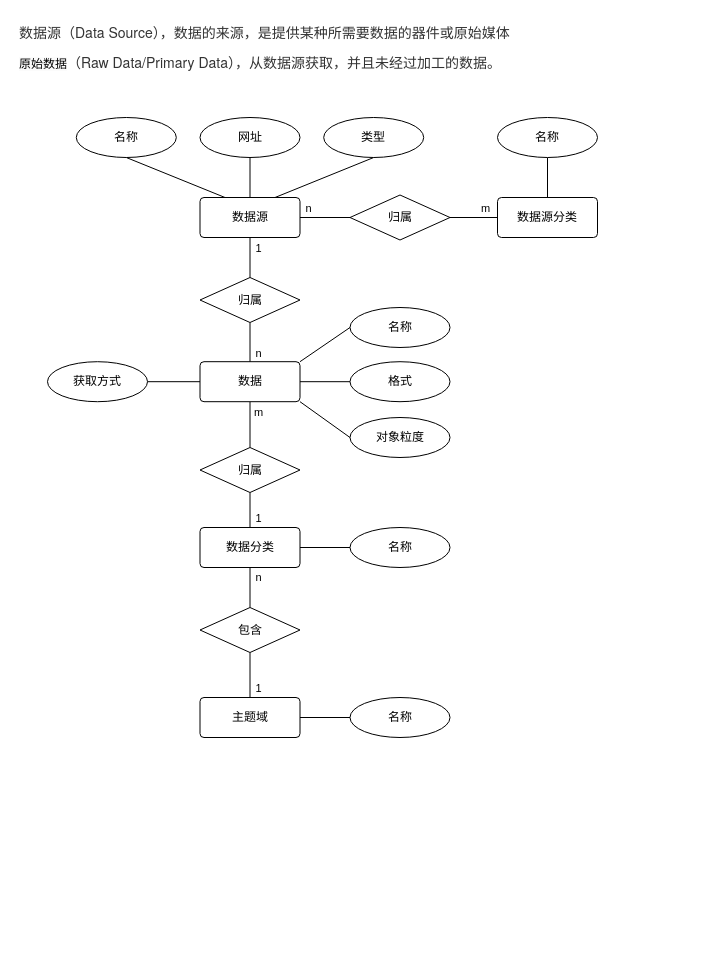
Above: 数据源模型.drawio in wangzijia122/drawio_repository (draw.io), before the change. Source tidied: cells renumbered, new cells numbered last; positions are measured from the earlier drawing's top-left corner, leaving out a move shared by most shapes. Both pictures are drawn from the tidied source at 100%, with x=0, y=0 at pixel (17, 17).
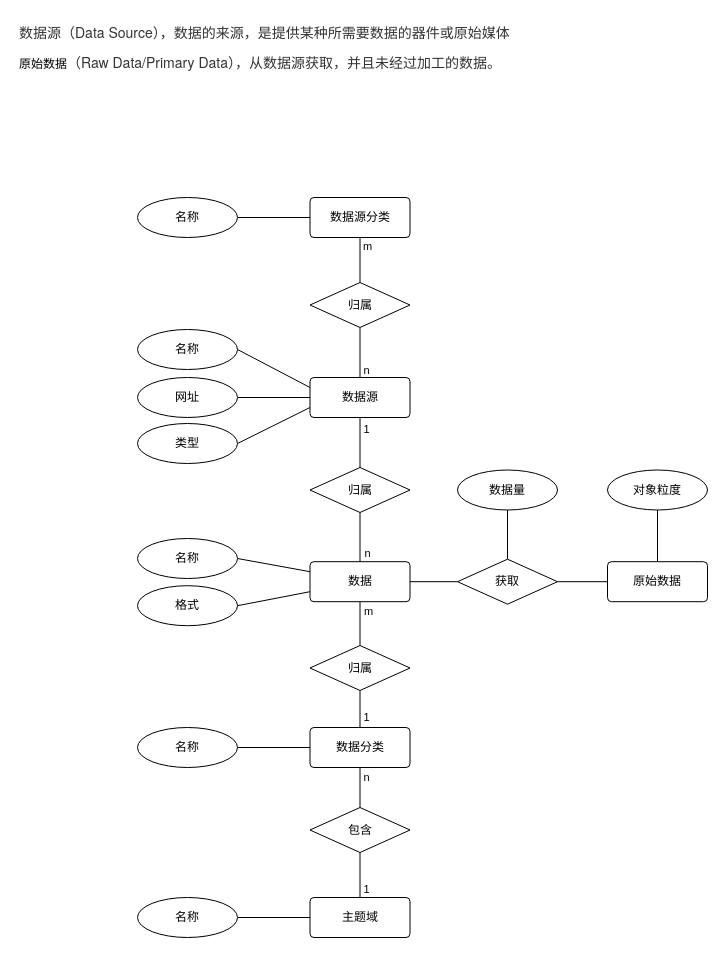
The same diagram, later.

Commit message (it also covers changes not shown here):
更新数据源模型.drawio

Unchanged cells that the change refers to:
```xml
<mxCell id="9" style="rounded=0;jettySize=auto;html=1;exitX=0.5;exitY=1;exitDx=0;exitDy=0;entryX=0.5;entryY=0;entryDx=0;entryDy=0;endArrow=none;endFill=0;" parent="1" edge="1" source="11" target="33">
  <mxGeometry relative="1" as="geometry" />
</mxCell>
<mxCell id="17" style="rounded=0;jettySize=auto;html=1;exitX=0.5;exitY=1;exitDx=0;exitDy=0;endArrow=none;endFill=0;" parent="1" edge="1" source="19" target="11">
  <mxGeometry relative="1" as="geometry" />
</mxCell>
<mxCell id="23" style="edgeStyle=orthogonalEdgeStyle;rounded=0;jettySize=auto;html=1;exitX=0.5;exitY=1;exitDx=0;exitDy=0;entryX=0.5;entryY=0;entryDx=0;entryDy=0;endArrow=none;endFill=0;" parent="1" edge="1" source="27" target="19">
  <mxGeometry relative="1" as="geometry" />
</mxCell>
<mxCell id="31" style="rounded=0;jettySize=auto;html=1;exitX=0.5;exitY=1;exitDx=0;exitDy=0;entryX=0.5;entryY=0;entryDx=0;entryDy=0;endArrow=none;endFill=0;" parent="1" edge="1" source="33" target="37">
  <mxGeometry relative="1" as="geometry" />
</mxCell>
<mxCell id="34" style="rounded=0;jettySize=auto;html=1;exitX=0.5;exitY=1;exitDx=0;exitDy=0;entryX=0.5;entryY=0;entryDx=0;entryDy=0;endArrow=none;endFill=0;" parent="1" edge="1" source="37" target="41">
  <mxGeometry relative="1" as="geometry" />
</mxCell>
<mxCell id="39" style="rounded=0;jettySize=auto;html=1;exitX=0.5;exitY=1;exitDx=0;exitDy=0;entryX=0.5;entryY=0;entryDx=0;entryDy=0;endArrow=none;endFill=0;" parent="1" edge="1" source="41" target="43">
  <mxGeometry relative="1" as="geometry" />
</mxCell>
```

What changed in the source:
```diff
@@
-    <mxCell id="3" style="rounded=0;jettySize=auto;html=1;exitX=0.5;exitY=0;exitDx=0;exitDy=0;entryX=0.5;entryY=1;entryDx=0;entryDy=0;endArrow=none;endFill=0;" parent="1" edge="1" source="4" target="48">
-      <mxGeometry relative="1" as="geometry" />
-    </mxCell>
     <mxCell id="4" value="数据源分类" style="rounded=1;arcSize=10;whiteSpace=wrap;html=1;align=center;" parent="1" vertex="1">
-      <mxGeometry x="480" y="180" width="100" height="40" as="geometry" />
+      <mxGeometry x="292.5" y="180" width="100" height="40" as="geometry" />
     </mxCell>
-    <mxCell id="5" style="rounded=0;jettySize=auto;html=1;exitX=1;exitY=1;exitDx=0;exitDy=0;entryX=0;entryY=0.5;entryDx=0;entryDy=0;endArrow=none;endFill=0;" parent="1" edge="1" source="11" target="14">
-      <mxGeometry relative="1" as="geometry" />
-    </mxCell>
-    <mxCell id="6" style="edgeStyle=orthogonalEdgeStyle;rounded=0;jettySize=auto;html=1;exitX=1;exitY=0.5;exitDx=0;exitDy=0;endArrow=none;endFill=0;" parent="1" edge="1" source="11" target="13">
-      <mxGeometry relative="1" as="geometry" />
-    </mxCell>
-    <mxCell id="7" style="rounded=0;jettySize=auto;html=1;exitX=1;exitY=0;exitDx=0;exitDy=0;entryX=0;entryY=0.5;entryDx=0;entryDy=0;endArrow=none;endFill=0;" parent="1" edge="1" source="11" target="12">
-      <mxGeometry relative="1" as="geometry" />
-    </mxCell>
-    <mxCell id="8" style="rounded=0;jettySize=auto;html=1;exitX=0;exitY=0.5;exitDx=0;exitDy=0;endArrow=none;endFill=0;entryX=1;entryY=0.5;entryDx=0;entryDy=0;" parent="1" edge="1" source="11" target="15">
-      <mxGeometry relative="1" as="geometry" />
-    </mxCell>
@@
     <mxCell id="10" value="m" style="edgeLabel;html=1;align=center;verticalAlign=middle;" parent="9" vertex="1">
       <mxGeometry x="-0.56" y="1" relative="1" as="geometry">
-        <mxPoint x="7" as="offset" />
+        <mxPoint x="7" y="-1" as="offset" />
       </mxGeometry>
     </mxCell>
+    <mxCell id="49" style="edgeStyle=orthogonalEdgeStyle;rounded=0;jettySize=auto;html=1;exitX=1;exitY=0.5;exitDx=0;exitDy=0;endArrow=none;endFill=0;entryX=0;entryY=0.5;entryDx=0;entryDy=0;" parent="1" edge="1" source="11" target="58">
+      <mxGeometry relative="1" as="geometry" />
+    </mxCell>
     <mxCell id="11" value="数据" style="rounded=1;arcSize=10;whiteSpace=wrap;html=1;align=center;" parent="1" vertex="1">
-      <mxGeometry x="182.5" y="344.2" width="100" height="40" as="geometry" />
+      <mxGeometry x="292.5" y="544.2" width="100" height="40" as="geometry" />
     </mxCell>
+    <mxCell id="50" style="rounded=0;jettySize=auto;html=1;exitX=1;exitY=0.5;exitDx=0;exitDy=0;entryX=0;entryY=0.25;entryDx=0;entryDy=0;endArrow=none;endFill=0;" parent="1" edge="1" source="12" target="11">
+      <mxGeometry relative="1" as="geometry" />
+    </mxCell>
     <mxCell id="12" value="名称" style="ellipse;whiteSpace=wrap;html=1;align=center;" parent="1" vertex="1">
-      <mxGeometry x="332.5" y="290" width="100" height="40" as="geometry" />
+      <mxGeometry x="120" y="521" width="100" height="40" as="geometry" />
     </mxCell>
+    <mxCell id="51" style="rounded=0;jettySize=auto;html=1;exitX=1;exitY=0.5;exitDx=0;exitDy=0;entryX=0;entryY=0.75;entryDx=0;entryDy=0;endArrow=none;endFill=0;" parent="1" edge="1" source="13" target="11">
+      <mxGeometry relative="1" as="geometry" />
+    </mxCell>
     <mxCell id="13" value="格式" style="ellipse;whiteSpace=wrap;html=1;align=center;" parent="1" vertex="1">
-      <mxGeometry x="332.5" y="344.2" width="100" height="40" as="geometry" />
+      <mxGeometry x="120" y="568.2" width="100" height="40" as="geometry" />
     </mxCell>
-    <mxCell id="14" value="对象粒度" style="ellipse;whiteSpace=wrap;html=1;align=center;" parent="1" vertex="1">
-      <mxGeometry x="332.5" y="400" width="100" height="40" as="geometry" />
-    </mxCell>
-    <mxCell id="15" value="获取方式" style="ellipse;whiteSpace=wrap;html=1;align=center;" parent="1" vertex="1">
-      <mxGeometry x="30" y="344.2" width="100" height="40" as="geometry" />
-    </mxCell>
@@
     <mxCell id="18" value="n" style="edgeLabel;html=1;align=center;verticalAlign=middle;" parent="17" vertex="1">
       <mxGeometry x="0.51" y="2" relative="1" as="geometry">
-        <mxPoint x="6" as="offset" />
+        <mxPoint x="5" y="3" as="offset" />
       </mxGeometry>
     </mxCell>
     <mxCell id="19" value="归属" style="shape=rhombus;perimeter=rhombusPerimeter;whiteSpace=wrap;html=1;align=center;" parent="1" vertex="1">
-      <mxGeometry x="182.5" y="260" width="100" height="45" as="geometry" />
+      <mxGeometry x="292.5" y="450" width="100" height="45" as="geometry" />
     </mxCell>
-    <mxCell id="20" style="rounded=0;jettySize=auto;html=1;exitX=0.25;exitY=0;exitDx=0;exitDy=0;entryX=0.5;entryY=1;entryDx=0;entryDy=0;endArrow=none;endFill=0;" parent="1" edge="1" source="27" target="30">
-      <mxGeometry relative="1" as="geometry" />
-    </mxCell>
-    <mxCell id="21" style="rounded=0;jettySize=auto;html=1;exitX=0.5;exitY=0;exitDx=0;exitDy=0;entryX=0.5;entryY=1;entryDx=0;entryDy=0;endArrow=none;endFill=0;" parent="1" edge="1" source="27" target="29">
-      <mxGeometry relative="1" as="geometry" />
-    </mxCell>
-    <mxCell id="22" style="rounded=0;jettySize=auto;html=1;exitX=0.75;exitY=0;exitDx=0;exitDy=0;entryX=0.5;entryY=1;entryDx=0;entryDy=0;endArrow=none;endFill=0;" parent="1" edge="1" source="27" target="28">
-      <mxGeometry relative="1" as="geometry" />
-    </mxCell>
@@
     <mxCell id="24" value="1" style="edgeLabel;html=1;align=center;verticalAlign=middle;" parent="23" vertex="1">
       <mxGeometry x="-0.71" y="1" relative="1" as="geometry">
-        <mxPoint x="7" y="4" as="offset" />
+        <mxPoint x="5" y="4" as="offset" />
       </mxGeometry>
     </mxCell>
-    <mxCell id="25" style="rounded=0;jettySize=auto;html=1;exitX=1;exitY=0.5;exitDx=0;exitDy=0;entryX=0;entryY=0.5;entryDx=0;entryDy=0;endArrow=none;endFill=0;" parent="1" edge="1" source="27" target="47">
+    <mxCell id="25" style="edgeStyle=orthogonalEdgeStyle;rounded=0;jettySize=auto;html=1;exitX=0.5;exitY=0;exitDx=0;exitDy=0;entryX=0.5;entryY=1;entryDx=0;entryDy=0;endArrow=none;endFill=0;" parent="1" edge="1" source="27" target="47">
       <mxGeometry relative="1" as="geometry" />
     </mxCell>
     <mxCell id="26" value="n" style="edgeLabel;html=1;align=center;verticalAlign=middle;" parent="25" vertex="1">
-      <mxGeometry x="-0.12" y="-2" relative="1" as="geometry">
-        <mxPoint x="-14" y="-12" as="offset" />
+      <mxGeometry x="-0.47" relative="1" as="geometry">
+        <mxPoint x="6" y="5" as="offset" />
       </mxGeometry>
     </mxCell>
     <mxCell id="27" value="数据源" style="rounded=1;arcSize=10;whiteSpace=wrap;html=1;align=center;" parent="1" vertex="1">
-      <mxGeometry x="182.5" y="180" width="100" height="40" as="geometry" />
+      <mxGeometry x="292.5" y="360" width="100" height="40" as="geometry" />
     </mxCell>
+    <mxCell id="52" style="rounded=0;jettySize=auto;html=1;exitX=1;exitY=0.5;exitDx=0;exitDy=0;entryX=0;entryY=0.75;entryDx=0;entryDy=0;endArrow=none;endFill=0;" parent="1" edge="1" source="28" target="27">
+      <mxGeometry relative="1" as="geometry" />
+    </mxCell>
     <mxCell id="28" value="类型" style="ellipse;whiteSpace=wrap;html=1;align=center;" parent="1" vertex="1">
-      <mxGeometry x="306.2" y="100" width="100" height="40" as="geometry" />
+      <mxGeometry x="120" y="406" width="100" height="40" as="geometry" />
     </mxCell>
+    <mxCell id="53" style="rounded=0;jettySize=auto;html=1;exitX=1;exitY=0.5;exitDx=0;exitDy=0;entryX=0;entryY=0.5;entryDx=0;entryDy=0;endArrow=none;endFill=0;" parent="1" edge="1" source="29" target="27">
+      <mxGeometry relative="1" as="geometry" />
+    </mxCell>
     <mxCell id="29" value="网址" style="ellipse;whiteSpace=wrap;html=1;align=center;" parent="1" vertex="1">
-      <mxGeometry x="182.5" y="100" width="100" height="40" as="geometry" />
+      <mxGeometry x="120" y="360" width="100" height="40" as="geometry" />
     </mxCell>
+    <mxCell id="54" style="rounded=0;jettySize=auto;html=1;exitX=1;exitY=0.5;exitDx=0;exitDy=0;entryX=0;entryY=0.25;entryDx=0;entryDy=0;endArrow=none;endFill=0;" parent="1" edge="1" source="30" target="27">
+      <mxGeometry relative="1" as="geometry" />
+    </mxCell>
     <mxCell id="30" value="名称" style="ellipse;whiteSpace=wrap;html=1;align=center;" parent="1" vertex="1">
-      <mxGeometry x="58.8" y="100" width="100" height="40" as="geometry" />
+      <mxGeometry x="120" y="312" width="100" height="40" as="geometry" />
     </mxCell>
@@
     <mxCell id="32" value="1" style="edgeLabel;html=1;align=center;verticalAlign=middle;" parent="31" vertex="1">
       <mxGeometry x="0.43" y="2" relative="1" as="geometry">
-        <mxPoint x="6" as="offset" />
+        <mxPoint x="4" as="offset" />
       </mxGeometry>
     </mxCell>
     <mxCell id="33" value="归属" style="shape=rhombus;perimeter=rhombusPerimeter;whiteSpace=wrap;html=1;align=center;" parent="1" vertex="1">
-      <mxGeometry x="182.5" y="430" width="100" height="45" as="geometry" />
+      <mxGeometry x="292.5" y="628" width="100" height="45" as="geometry" />
     </mxCell>
@@
     <mxCell id="35" value="n" style="edgeLabel;html=1;align=center;verticalAlign=middle;" parent="34" vertex="1">
       <mxGeometry x="-0.56" y="1" relative="1" as="geometry">
-        <mxPoint x="7" as="offset" />
+        <mxPoint x="5" as="offset" />
       </mxGeometry>
     </mxCell>
-    <mxCell id="36" style="rounded=0;jettySize=auto;html=1;exitX=1;exitY=0.5;exitDx=0;exitDy=0;endArrow=none;endFill=0;" parent="1" edge="1" source="37" target="38">
+    <mxCell id="36" style="edgeStyle=orthogonalEdgeStyle;rounded=0;jettySize=auto;html=1;exitX=0;exitY=0.5;exitDx=0;exitDy=0;entryX=1;entryY=0.5;entryDx=0;entryDy=0;endArrow=none;endFill=0;" parent="1" edge="1" source="37" target="38">
       <mxGeometry relative="1" as="geometry" />
     </mxCell>
     <mxCell id="37" value="数据分类" style="rounded=1;arcSize=10;whiteSpace=wrap;html=1;align=center;" parent="1" vertex="1">
-      <mxGeometry x="182.5" y="510" width="100" height="40" as="geometry" />
+      <mxGeometry x="292.5" y="710" width="100" height="40" as="geometry" />
     </mxCell>
     <mxCell id="38" value="名称" style="ellipse;whiteSpace=wrap;html=1;align=center;" parent="1" vertex="1">
-      <mxGeometry x="332.5" y="510" width="100" height="40" as="geometry" />
+      <mxGeometry x="120" y="710" width="100" height="40" as="geometry" />
     </mxCell>
@@
     <mxCell id="40" value="1" style="edgeLabel;html=1;align=center;verticalAlign=middle;" parent="39" vertex="1">
       <mxGeometry x="0.56" y="1" relative="1" as="geometry">
-        <mxPoint x="7" as="offset" />
+        <mxPoint x="5" y="1" as="offset" />
       </mxGeometry>
     </mxCell>
     <mxCell id="41" value="包含" style="shape=rhombus;perimeter=rhombusPerimeter;whiteSpace=wrap;html=1;align=center;" parent="1" vertex="1">
-      <mxGeometry x="182.5" y="590" width="100" height="45" as="geometry" />
+      <mxGeometry x="292.5" y="790" width="100" height="45" as="geometry" />
     </mxCell>
-    <mxCell id="42" style="rounded=0;jettySize=auto;html=1;exitX=1;exitY=0.5;exitDx=0;exitDy=0;entryX=0;entryY=0.5;entryDx=0;entryDy=0;endArrow=none;endFill=0;" parent="1" edge="1" source="43" target="44">
+    <mxCell id="42" style="edgeStyle=orthogonalEdgeStyle;rounded=0;jettySize=auto;html=1;exitX=0;exitY=0.5;exitDx=0;exitDy=0;entryX=1;entryY=0.5;entryDx=0;entryDy=0;endArrow=none;endFill=0;" parent="1" edge="1" source="43" target="44">
       <mxGeometry relative="1" as="geometry" />
     </mxCell>
     <mxCell id="43" value="主题域" style="rounded=1;arcSize=10;whiteSpace=wrap;html=1;align=center;" parent="1" vertex="1">
-      <mxGeometry x="182.5" y="680" width="100" height="40" as="geometry" />
+      <mxGeometry x="292.5" y="880" width="100" height="40" as="geometry" />
     </mxCell>
     <mxCell id="44" value="名称" style="ellipse;whiteSpace=wrap;html=1;align=center;" parent="1" vertex="1">
-      <mxGeometry x="332.5" y="680" width="100" height="40" as="geometry" />
+      <mxGeometry x="120" y="880" width="100" height="40" as="geometry" />
     </mxCell>
-    <mxCell id="45" style="rounded=0;jettySize=auto;html=1;exitX=1;exitY=0.5;exitDx=0;exitDy=0;entryX=0;entryY=0.5;entryDx=0;entryDy=0;endArrow=none;endFill=0;" parent="1" edge="1" source="47" target="4">
+    <mxCell id="45" style="edgeStyle=orthogonalEdgeStyle;rounded=0;jettySize=auto;html=1;exitX=0.5;exitY=0;exitDx=0;exitDy=0;entryX=0.5;entryY=1;entryDx=0;entryDy=0;endArrow=none;endFill=0;" parent="1" edge="1" source="47" target="4">
       <mxGeometry relative="1" as="geometry" />
     </mxCell>
     <mxCell id="46" value="m" style="edgeLabel;html=1;align=center;verticalAlign=middle;" parent="45" vertex="1">
-      <mxGeometry x="0.43" y="5" relative="1" as="geometry">
-        <mxPoint x="1" y="-5" as="offset" />
+      <mxGeometry x="0.82" y="-1" relative="1" as="geometry">
+        <mxPoint x="6" y="4" as="offset" />
       </mxGeometry>
     </mxCell>
     <mxCell id="47" value="归属" style="shape=rhombus;perimeter=rhombusPerimeter;whiteSpace=wrap;html=1;align=center;" parent="1" vertex="1">
-      <mxGeometry x="332.5" y="177.5" width="100" height="45" as="geometry" />
+      <mxGeometry x="292.5" y="265" width="100" height="45" as="geometry" />
     </mxCell>
+    <mxCell id="55" style="rounded=0;jettySize=auto;html=1;exitX=1;exitY=0.5;exitDx=0;exitDy=0;entryX=0;entryY=0.5;entryDx=0;entryDy=0;endArrow=none;endFill=0;" parent="1" edge="1" source="48" target="4">
+      <mxGeometry relative="1" as="geometry" />
+    </mxCell>
     <mxCell id="48" value="名称" style="ellipse;whiteSpace=wrap;html=1;align=center;" parent="1" vertex="1">
-      <mxGeometry x="480" y="100" width="100" height="40" as="geometry" />
+      <mxGeometry x="120" y="180" width="100" height="40" as="geometry" />
     </mxCell>
+    <mxCell id="56" style="edgeStyle=orthogonalEdgeStyle;rounded=0;jettySize=auto;html=1;exitX=1;exitY=0.5;exitDx=0;exitDy=0;entryX=0;entryY=0.5;entryDx=0;entryDy=0;endArrow=none;endFill=0;" parent="1" edge="1" source="58" target="60">
+      <mxGeometry relative="1" as="geometry" />
+    </mxCell>
+    <mxCell id="57" style="edgeStyle=orthogonalEdgeStyle;rounded=0;jettySize=auto;html=1;exitX=0.5;exitY=0;exitDx=0;exitDy=0;entryX=0.5;entryY=1;entryDx=0;entryDy=0;endArrow=none;endFill=0;" parent="1" edge="1" source="58" target="61">
+      <mxGeometry relative="1" as="geometry" />
+    </mxCell>
+    <mxCell id="58" value="获取" style="shape=rhombus;perimeter=rhombusPerimeter;whiteSpace=wrap;html=1;align=center;" parent="1" vertex="1">
+      <mxGeometry x="440" y="541.7" width="100" height="45" as="geometry" />
+    </mxCell>
+    <mxCell id="59" style="edgeStyle=orthogonalEdgeStyle;rounded=0;jettySize=auto;html=1;exitX=0.5;exitY=0;exitDx=0;exitDy=0;entryX=0.5;entryY=1;entryDx=0;entryDy=0;endArrow=none;endFill=0;" parent="1" edge="1" source="60" target="14">
+      <mxGeometry relative="1" as="geometry" />
+    </mxCell>
+    <mxCell id="60" value="原始数据" style="rounded=1;arcSize=10;whiteSpace=wrap;html=1;align=center;" parent="1" vertex="1">
+      <mxGeometry x="590" y="544.2" width="100" height="40" as="geometry" />
+    </mxCell>
+    <mxCell id="61" value="数据量" style="ellipse;whiteSpace=wrap;html=1;align=center;" parent="1" vertex="1">
+      <mxGeometry x="440" y="452.5" width="100" height="40" as="geometry" />
+    </mxCell>
+    <mxCell id="14" value="对象粒度" style="ellipse;whiteSpace=wrap;html=1;align=center;" parent="1" vertex="1">
+      <mxGeometry x="590" y="452.5" width="100" height="40" as="geometry" />
+    </mxCell>
```
